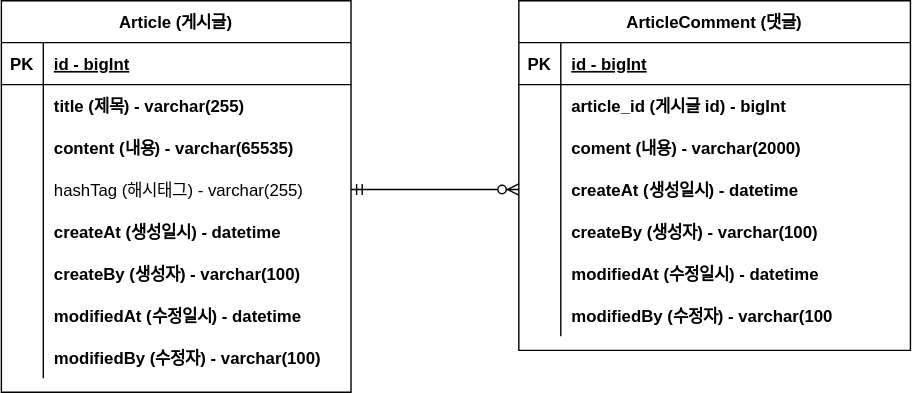
Earlier version of the draw.io export document/project-board-erd.svg (jae-ryeong/fastcampus-project-board). Source tidied: cells renumbered, new cells last; positions are measured from the earlier drawing's top-left corner, leaving out a move shared by most shapes.
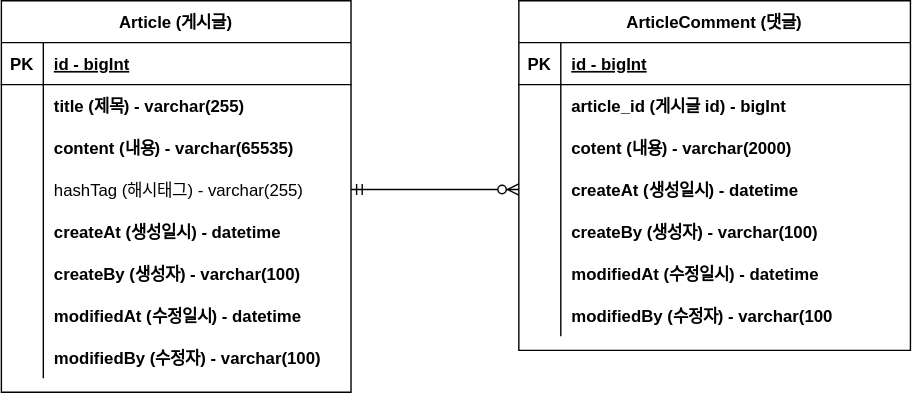
The same diagram one commit later.

Commit message:
#8 - ERD 오타 수정: project-board-erd.svg 업데이트

The edit, as a diff of the source:
```diff
@@ -29,7 +29,7 @@
     <mxCell id="10" style="shape=partialRectangle;overflow=hidden;fillColor=none;top=0;left=0;bottom=0;right=0;" parent="9" vertex="1">
       <mxGeometry width="30" height="30" as="geometry" />
     </mxCell>
-    <mxCell id="11" value="coment (내용) - varchar(2000)" style="shape=partialRectangle;overflow=hidden;fillColor=none;top=0;left=0;bottom=0;right=0;align=left;spacingLeft=6;fontStyle=1;" parent="9" vertex="1">
+    <mxCell id="11" value="cotent (내용) - varchar(2000)" style="shape=partialRectangle;overflow=hidden;fillColor=none;top=0;left=0;bottom=0;right=0;align=left;spacingLeft=6;fontStyle=1;" parent="9" vertex="1">
       <mxGeometry x="30" width="250" height="30" as="geometry" />
     </mxCell>
     <mxCell id="12" style="shape=partialRectangle;fillColor=none;points=[[0,0.5],[1,0.5]];portConstraint=eastwest;top=0;left=0;right=0;bottom=0;" parent="2" vertex="1">
```
